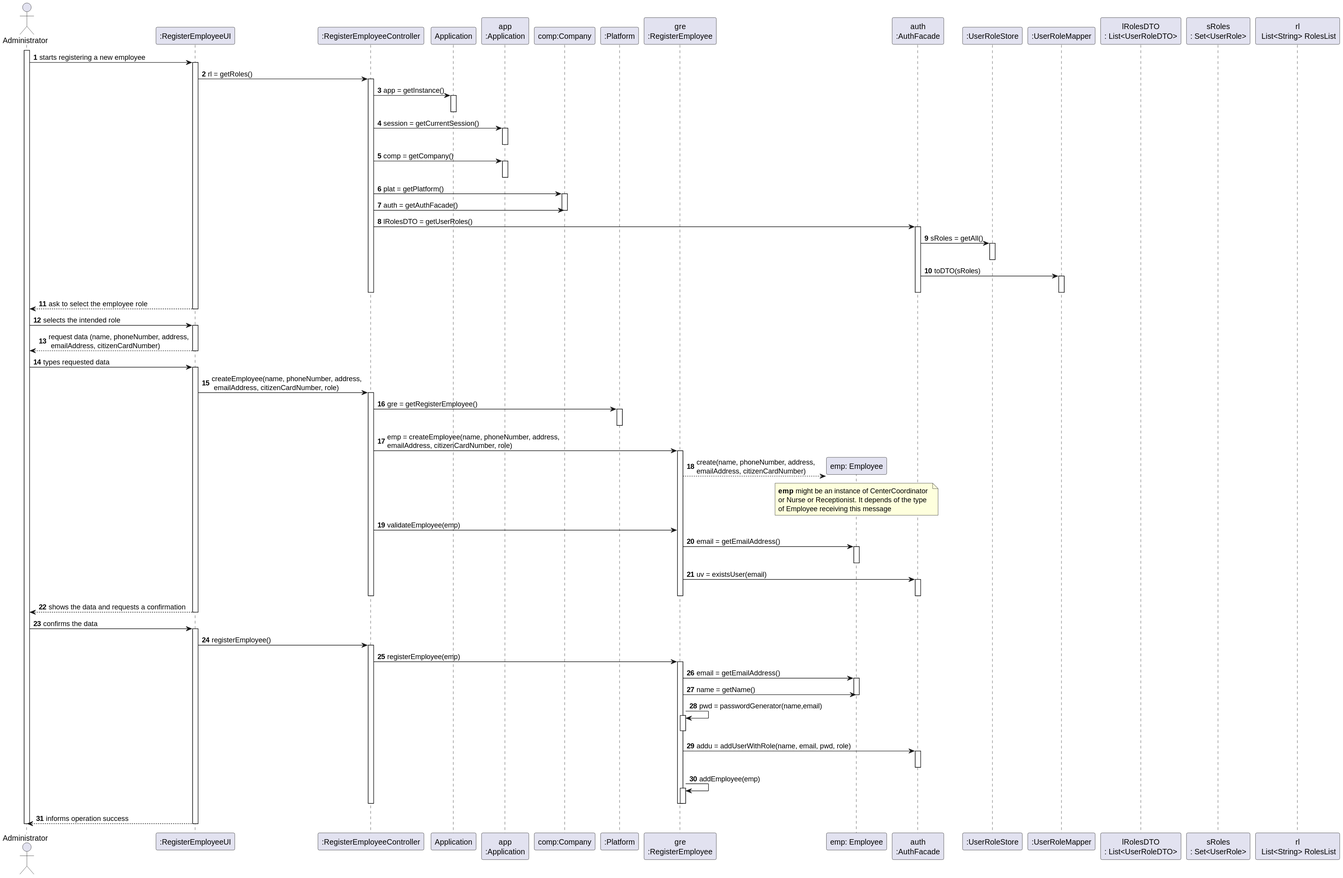
Earlier version of the PlantUML export docs/SprintB/UserStories/US10/US010_SD.svg (diogonapoles/isep-lapr2).
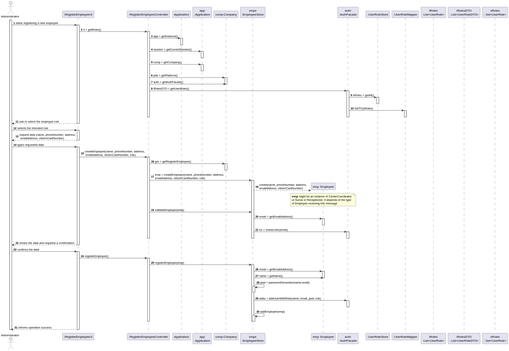
The same diagram one commit later.

The edit, as a diff of the source:
```diff
@@ -8,15 +8,15 @@
 participant "Application" as APP
 participant "app\n:Application" as App
 participant "comp:Company" as COMP
-participant ":Platform" as PLAT
-participant "gre\n:RegisterEmployee" as RE
+participant "emps\n:EmployeeStore" as EMPS
 participant "emp: Employee" as EMP
 participant "auth\n:AuthFacade" as AF
 participant ":UserRoleStore" as URS
 participant ":UserRoleMapper" as URM
+participant "lRoles\n List<UserRole>" as LR
 participant "lRolesDTO\n: List<UserRoleDTO>" as lRDTO
 participant "sRoles\n: Set<UserRole>" as SR
-participant "rl\n List<String> RolesList" as rl
+
 
 
 activate ADM
@@ -80,29 +80,29 @@
 UI -> CTRL :createEmployee(name, phoneNumber, address,\n emailAddress, citizenCardNumber, role)
 activate CTRL
 
-CTRL -> PLAT : gre = getRegisterEmployee()
-activate PLAT
-deactivate PLAT
+CTRL -> COMP : gre = getRegisterEmployee()
+activate COMP
+deactivate COMP
 
-CTRL -> RE : emp = createEmployee(name, phoneNumber, address,\nemailAddress, citizenCardNumber, role)
-activate RE
+CTRL -> EMPS : emp = createEmployee(name, phoneNumber, address,\nemailAddress, citizenCardNumber, role)
+activate EMPS
 
-RE --> EMP** : create(name, phoneNumber, address, \nemailAddress, citizenCardNumber)
+EMPS --> EMP** : create(name, phoneNumber, address, \nemailAddress, citizenCardNumber)
 
 note over EMP : **emp** might be an instance of CenterCoordinator \nor Nurse or Receptionist. It depends of the type \nof Employee receiving this message
 
 
-CTRL -> RE : validateEmployee(emp)
+CTRL -> EMPS : validateEmployee(emp)
 
-RE -> EMP : email = getEmailAddress()
+EMPS -> EMP : email = getEmailAddress()
 activate EMP
 deactivate EMP
 
-RE -> AF : uv = existsUser(email)
+EMPS -> AF : eu = existsUser(email)
 activate AF
 deactivate AF
 deactivate CTRL
-deactivate RE
+deactivate EMPS
 
 UI --> ADM : shows the data and requests a confirmation
 deactivate UI
@@ -115,28 +115,28 @@
 UI -> CTRL : registerEmployee()
 activate CTRL
 
-CTRL -> RE: registerEmployee(emp)
-activate RE
+CTRL -> EMPS: registerEmployee(emp)
+activate EMPS
 
-RE -> EMP : email = getEmailAddress()
+EMPS -> EMP : email = getEmailAddress()
 activate EMP
 
-RE -> EMP : name = getName()
+EMPS -> EMP : name = getName()
 
 deactivate EMP
 
-RE -> RE : pwd = passwordGenerator(name,email)
-activate RE
-deactivate RE
+EMPS -> EMPS : pwd = passwordGenerator(name,email)
+activate EMPS
+deactivate EMPS
 
-RE -> AF : addu = addUserWithRole(name, email, pwd, role)
+EMPS -> AF : addu = addUserWithRole(name, email, pwd, role)
 activate AF
 deactivate AF
 
-RE -> RE : addEmployee(emp)
-activate RE
-deactivate RE
-deactivate RE
+EMPS -> EMPS : addEmployee(emp)
+activate EMPS
+deactivate EMPS
+deactivate EMPS
 deactivate CTRL
 
 UI --> ADM : informs operation success
```
